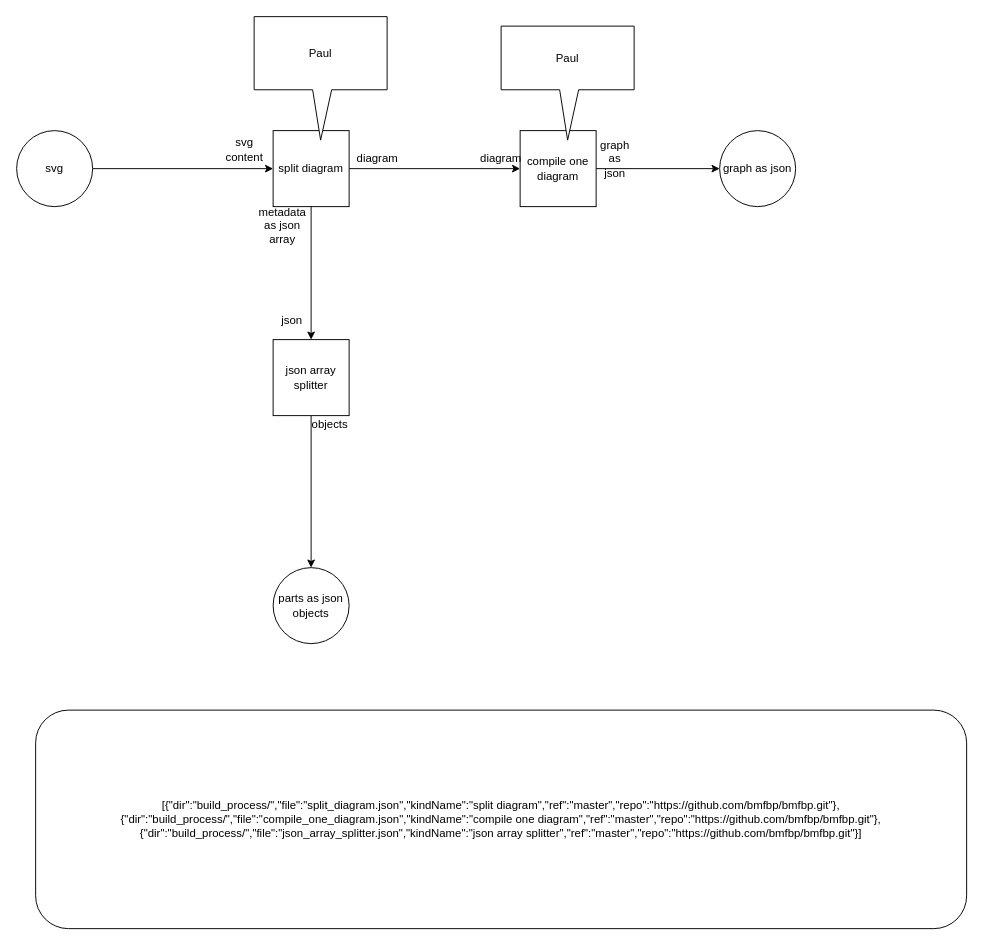
This is page "compile_composite.svg" (3 of 3) of build_process/build_process.drawio from bmfbp/bmfbp, a draw.io file, before an edit. Source tidied: cells renumbered, new cells numbered last; positions are measured from the earlier drawing's top-left corner, leaving out a move shared by most shapes. Both pictures are drawn from the tidied source at 95%, with x=0, y=0 at pixel (16, 16).
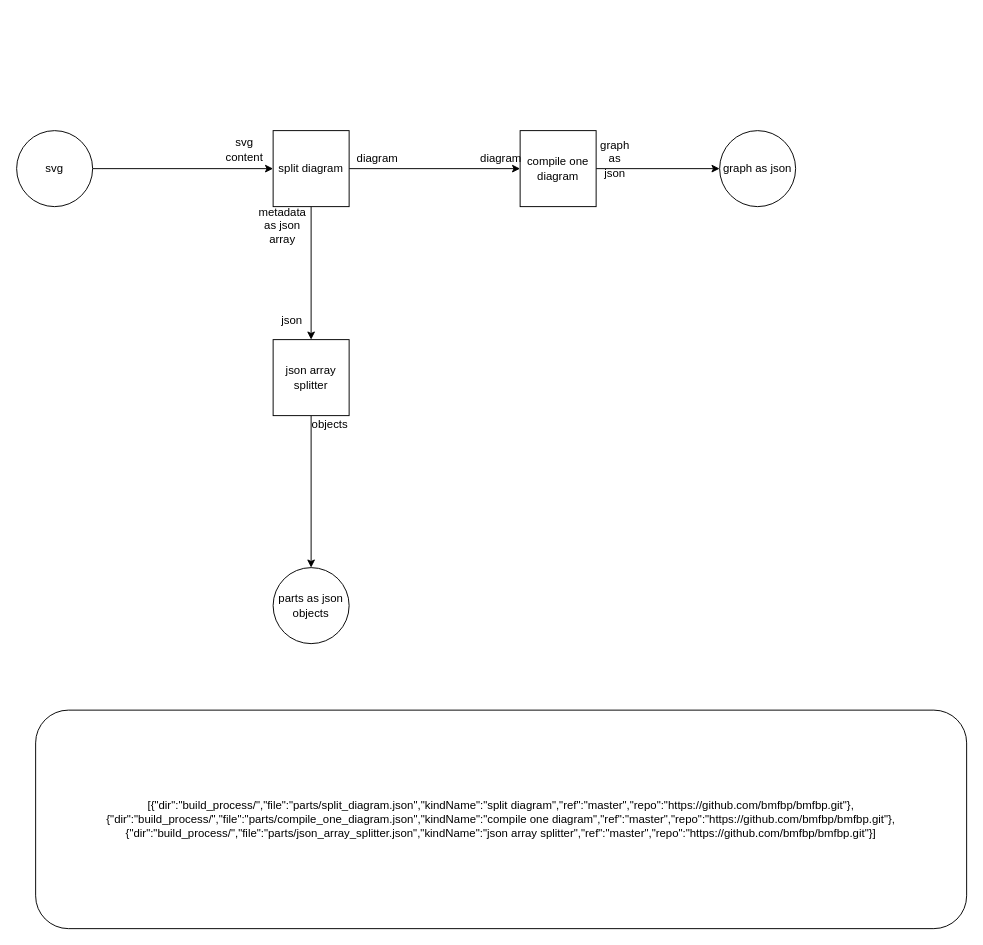
Above is the later version.

The edit, as a diff of the source:
```diff
@@
-    <mxCell id="20" value="Paul" style="shape=callout;whiteSpace=wrap;html=1;perimeter=calloutPerimeter;size=53;position=0.44;" parent="1" vertex="1">
-      <mxGeometry x="510" y="10" width="140" height="120" as="geometry" />
-    </mxCell>
-    <mxCell id="21" value="Paul" style="shape=callout;whiteSpace=wrap;html=1;perimeter=calloutPerimeter;size=53;position=0.44;" parent="1" vertex="1">
-      <mxGeometry x="250" width="140" height="130" as="geometry" />
-    </mxCell>
-    <mxCell id="22" value="&lt;span&gt;[{&quot;dir&quot;:&quot;build_process/&quot;,&quot;file&quot;:&quot;split_diagram.json&quot;,&quot;kindName&quot;:&quot;split diagram&quot;,&quot;ref&quot;:&quot;master&quot;,&quot;repo&quot;:&quot;https://github.com/bmfbp/bmfbp.git&quot;},{&quot;dir&quot;:&quot;build_process/&quot;,&quot;file&quot;:&quot;compile_one_diagram.json&quot;,&quot;kindName&quot;:&quot;compile one diagram&quot;,&quot;ref&quot;:&quot;master&quot;,&quot;repo&quot;:&quot;https://github.com/bmfbp/bmfbp.git&quot;},{&quot;dir&quot;:&quot;build_process/&quot;,&quot;file&quot;:&quot;json_array_splitter.json&quot;,&quot;kindName&quot;:&quot;json array splitter&quot;,&quot;ref&quot;:&quot;master&quot;,&quot;repo&quot;:&quot;https://github.com/bmfbp/bmfbp.git&quot;}]&lt;/span&gt;" style="rounded=1;whiteSpace=wrap;html=1;" parent="1" vertex="1">
+    <mxCell id="22" value="[{&quot;dir&quot;:&quot;build_process/&quot;,&quot;file&quot;:&quot;parts/split_diagram.json&quot;,&quot;kindName&quot;:&quot;split diagram&quot;,&quot;ref&quot;:&quot;master&quot;,&quot;repo&quot;:&quot;https://github.com/bmfbp/bmfbp.git&quot;},{&quot;dir&quot;:&quot;build_process/&quot;,&quot;file&quot;:&quot;parts/compile_one_diagram.json&quot;,&quot;kindName&quot;:&quot;compile one diagram&quot;,&quot;ref&quot;:&quot;master&quot;,&quot;repo&quot;:&quot;https://github.com/bmfbp/bmfbp.git&quot;},{&quot;dir&quot;:&quot;build_process/&quot;,&quot;file&quot;:&quot;parts/json_array_splitter.json&quot;,&quot;kindName&quot;:&quot;json array splitter&quot;,&quot;ref&quot;:&quot;master&quot;,&quot;repo&quot;:&quot;https://github.com/bmfbp/bmfbp.git&quot;}]" style="rounded=1;whiteSpace=wrap;html=1;" parent="1" vertex="1">
       <mxGeometry x="20" y="730" width="980" height="230" as="geometry" />
     </mxCell>
```
